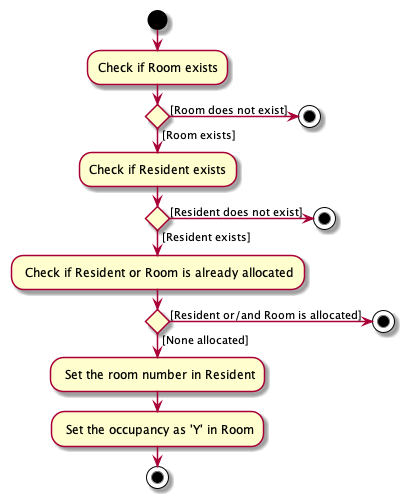
This is docs/images/ResidentRoomAllocationDiagram.png from nus-cs2103-AY2021S2/tp, a PlantUML export, as it was before one commit.
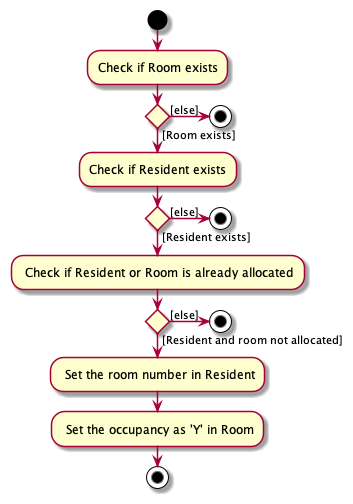
The same diagram one commit later.

Commit message:
docs(resident-room-allocation): change else statements

The edit, as a diff of the source:
```diff
@@ -6,17 +6,17 @@
     :Check if Resident exists;
     if () then ([Resident exists])
         : Check if Resident or Room is already allocated;
-        if () then ([None allocated])
+        if () then ([Resident and room not allocated])
             : Set the room number in Resident;
             : Set the occupancy as 'Y' in Room;
             stop
-        else ([Resident or/and Room is allocated])
+        else ([else])
             stop
     endif
-    else ([Resident does not exist])
+    else ([else])
         stop
    endif
 
-else ([Room does not exist])
+else ([else])
     stop
 @enduml
```
